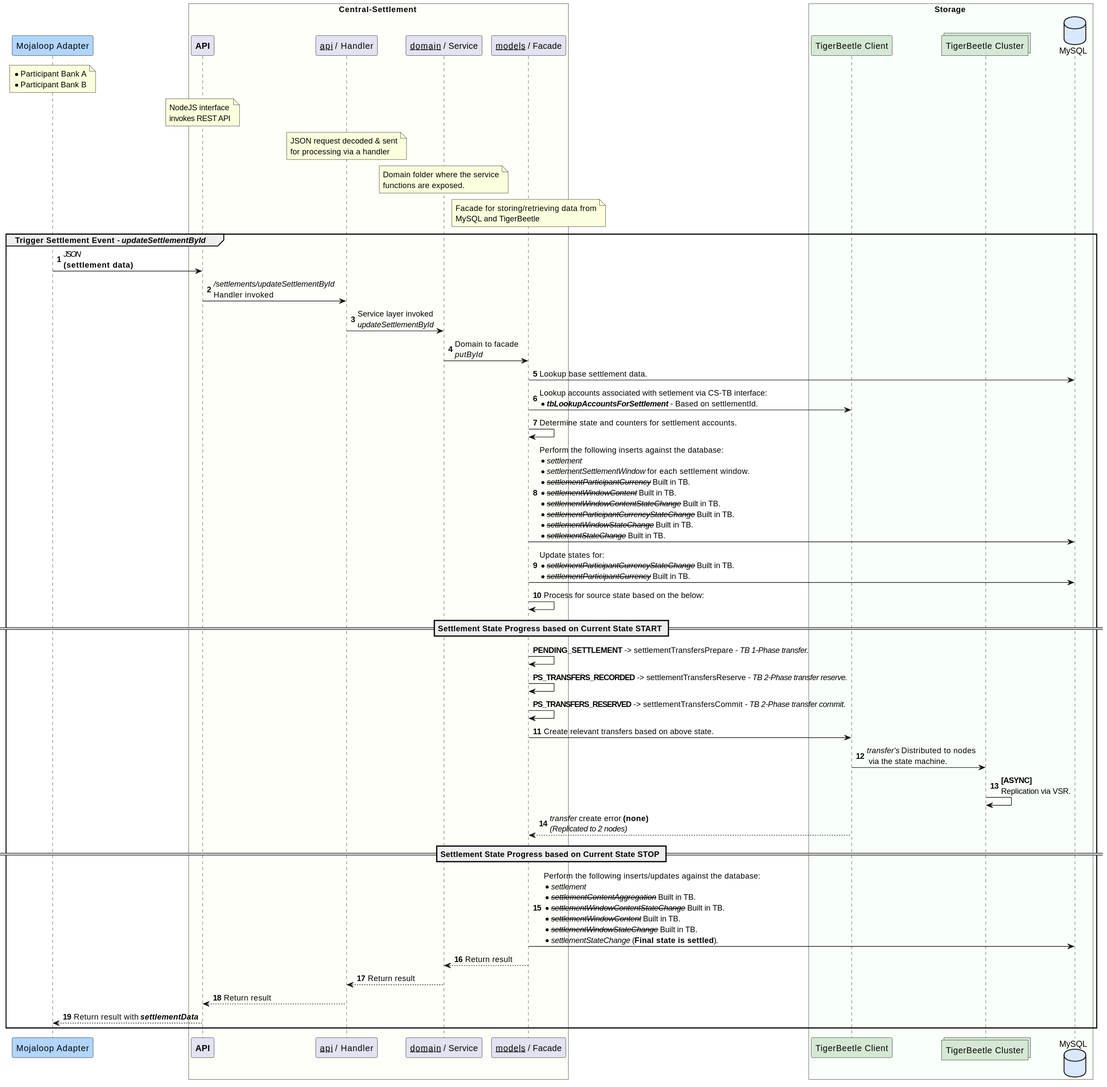
The PlantUML diagram solution_design/sequence-settlement-tb-enabled-update-by-id.svg in coilhq/mucoa, before a commit.
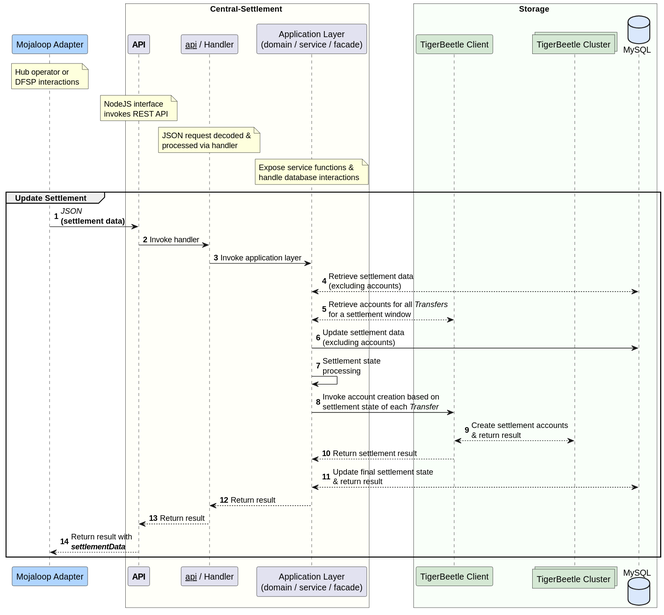
The same diagram one commit later.

The edit, as a diff of the source:
```diff
@@ -2,15 +2,14 @@
 
 participant "Mojaloop Adapter" as dfsp #B0D5FF
 note over dfsp
-    * Participant Bank A
-    * Participant Bank B
+    Hub operator or
+    DFSP interactions
 end note
 
 box Central-Settlement #FFFFF9
     participant "**API**" as cl_api
     participant "__api__ / Handler" as cs_handler
-    participant "__domain__ / Service" as cs_domain
-    participant "__models__ / Facade" as cs_facade
+    participant "Application Layer\n(domain / service / facade)" as cs_domain
 
 note over cl_api
         NodeJS interface
@@ -18,19 +17,15 @@
     end note
 
     note over cs_handler
-        JSON request decoded & sent
-        for processing via a handler
+        JSON request decoded &
+        processed via handler
     end note
 
     note over cs_domain
-        Domain folder where the service
-        functions are exposed.
+        Expose service functions &
+        handle database interactions
     end note
 
-    note over cs_facade
-        Facade for storing/retrieving data from
-        MySQL and TigerBeetle
-    end note
 end box
 
 box Storage #F9FFF9
@@ -40,33 +35,21 @@
 end box
 
 autonumber
-group Trigger Settlement Event - //updateSettlementById//
+group Update Settlement
     dfsp -> cl_api : //JSON// \n**(settlement data)**
-    cl_api -> cs_handler : ///settlements/updateSettlementById// \nHandler invoked
-    cs_handler -> cs_domain : Service layer invoked\n//updateSettlementById//
-    cs_domain -> cs_facade : Domain to facade\n//putById//
-    cs_facade -> cl_db : Lookup base settlement data.
-    cs_facade -> tb_client : Lookup accounts associated with setlement via CS-TB interface:\n*//**tbLookupAccountsForSettlement**// - Based on settlementId.
-    cs_facade -> cs_facade : Determine state and counters for settlement accounts.
-    cs_facade -> cl_db : Perform the following inserts against the database:\n*//settlement//\n*//settlementSettlementWindow// for each settlement window.\n*--//settlementParticipantCurrency//-- Built in TB. \n*--//settlementWindowContent//-- Built in TB. \n*--//settlementWindowContentStateChange//-- Built in TB. \n*--//settlementParticipantCurrencyStateChange//-- Built in TB.\n*--//settlementWindowStateChange//-- Built in TB.\n*--//settlementStateChange//-- Built in TB.
-    cs_facade -> cl_db : Update states for: \n*--//settlementParticipantCurrencyStateChange//-- Built in TB.\n*--//settlementParticipantCurrency//-- Built in TB.
-    cs_facade -> cs_facade : Process for source state based on the below:
-    == Settlement State Progress based on Current State START ==
-    autonumber stop
-        cs_facade -> cs_facade : **PENDING_SETTLEMENT** -> settlementTransfersPrepare - //TB 1-Phase transfer.//
-        cs_facade -> cs_facade : **PS_TRANSFERS_RECORDED** -> settlementTransfersReserve - //TB 2-Phase transfer reserve.//
-        cs_facade -> cs_facade : **PS_TRANSFERS_RESERVED** -> settlementTransfersCommit - //TB 2-Phase transfer commit.//
-    autonumber resume
-        cs_facade -> tb_client : Create relevant transfers based on above state.
-        tb_client -> tb_nodes : //transfer's// Distributed to nodes\n via the state machine.
-        tb_nodes -> tb_nodes : **[ASYNC]**\nReplication via VSR.
-        tb_client --> cs_facade : //transfer// create error **(none)**\n//(Replicated to 2 nodes)//
-    == Settlement State Progress based on Current State STOP ==
-    cs_facade -> cl_db : Perform the following inserts/updates against the database:\n*//settlement//\n*--//settlementContentAggregation//-- Built in TB. \n*--//settlementWindowContentStateChange//-- Built in TB.\n*--//settlementWindowContent//-- Built in TB.\n*--//settlementWindowStateChange//-- Built in TB.\n*//settlementStateChange// (**Final state is settled**).
-    cs_facade --> cs_domain : Return result
+    cl_api -> cs_handler : Invoke handler
+    cs_handler -> cs_domain : Invoke application layer
+    cs_domain <--> cl_db : Retrieve settlement data \n(excluding accounts)
+    cs_domain <--> tb_client : Retrieve accounts for all //Transfers// \nfor a settlement window
+    cs_domain -> cl_db : Update settlement data \n(excluding accounts)
+    cs_domain -> cs_domain : Settlement state \nprocessing
+    cs_domain -> tb_client : Invoke account creation based on \nsettlement state of each //Transfer//
+    tb_client <--> tb_nodes : Create settlement accounts \n& return result
+    tb_client --> cs_domain : Return settlement result
+    cs_domain <--> cl_db : Update final settlement state \n& return result
     cs_domain --> cs_handler : Return result
     cs_handler --> cl_api : Return result
-    cl_api --> dfsp : Return result with //**settlementData**//
+    cl_api --> dfsp : Return result with \n//**settlementData**//
 end
 
 @enduml
```
